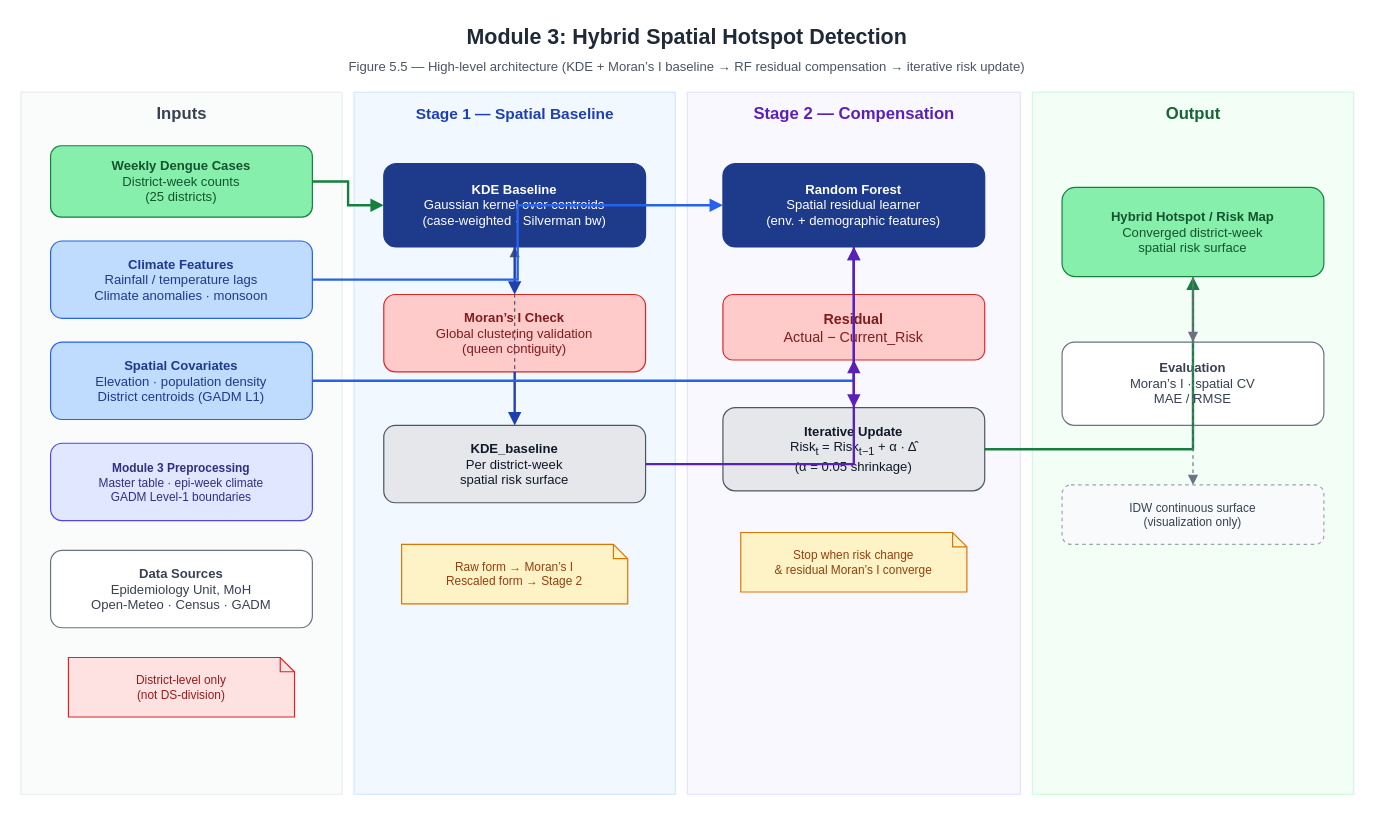
Earlier version of the draw.io diagram research_context/report_drafts/diagrams/figure_5_5_module3_architecture.drawio (CodexonB21/Dengue_Risk_Prediction_Framework). Source tidied: cells renumbered, new cells numbered last; positions are measured from the earlier drawing's top-left corner, leaving out a move shared by most shapes. Both pictures are drawn from the tidied source at 119%, with x=0, y=0 at pixel (20, 20).
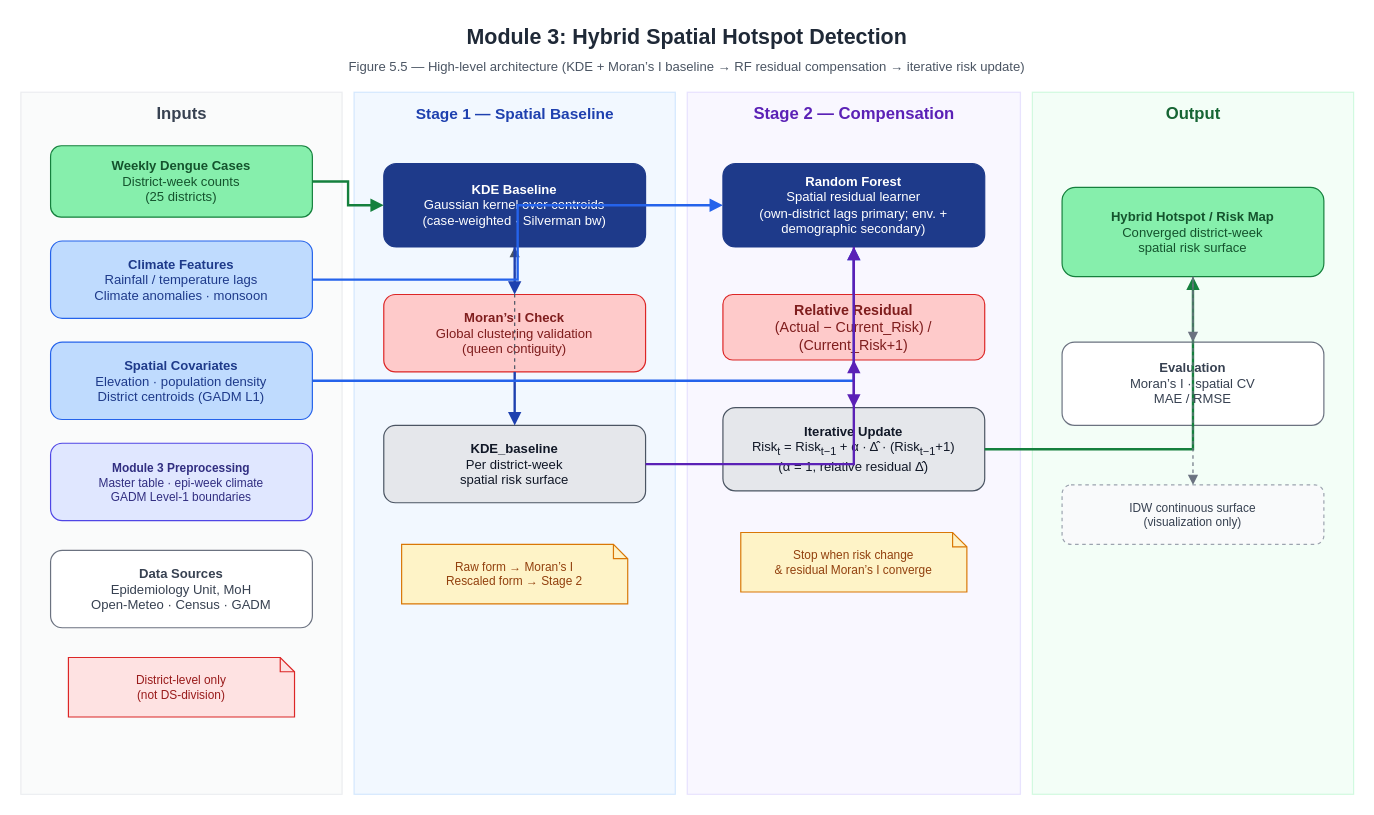
After the change.

Diff of the diagram source:
```diff
@@
-    <mxCell id="22" value="&lt;b&gt;Random Forest&lt;/b&gt;&lt;br&gt;Spatial residual learner&lt;br&gt;(env. + demographic features)" style="rounded=1;whiteSpace=wrap;html=1;fillColor=#1E3A8A;strokeColor=#1E3A8A;fontColor=#FFFFFF;fontSize=11;align=center;" parent="1" vertex="1">
+    <mxCell id="22" value="&lt;b&gt;Random Forest&lt;/b&gt;&lt;br&gt;Spatial residual learner&lt;br&gt;(own-district lags primary; env. + demographic secondary)" style="rounded=1;whiteSpace=wrap;html=1;fillColor=#1E3A8A;strokeColor=#1E3A8A;fontColor=#FFFFFF;fontSize=11;align=center;" parent="1" vertex="1">
       <mxGeometry x="590" y="120" width="220" height="70" as="geometry" />
     </mxCell>
-    <mxCell id="23" value="&lt;b&gt;Residual&lt;/b&gt;&lt;br&gt;Actual − Current_Risk" style="rounded=1;whiteSpace=wrap;html=1;fillColor=#FECACA;strokeColor=#DC2626;fontColor=#7F1D1D;fontSize=12;align=center;" parent="1" vertex="1">
+    <mxCell id="23" value="&lt;b&gt;Relative Residual&lt;/b&gt;&lt;br&gt;(Actual − Current_Risk) / (Current_Risk+1)" style="rounded=1;whiteSpace=wrap;html=1;fillColor=#FECACA;strokeColor=#DC2626;fontColor=#7F1D1D;fontSize=12;align=center;" parent="1" vertex="1">
       <mxGeometry x="590" y="230" width="220" height="55" as="geometry" />
     </mxCell>
-    <mxCell id="24" value="&lt;b&gt;Iterative Update&lt;/b&gt;&lt;br&gt;Risk&lt;sub&gt;t&lt;/sub&gt; = Risk&lt;sub&gt;t−1&lt;/sub&gt; + α · Δ̂&lt;br&gt;(α = 0.05 shrinkage)" style="rounded=1;whiteSpace=wrap;html=1;fillColor=#E5E7EB;strokeColor=#4B5563;fontColor=#111827;fontSize=11;align=center;" parent="1" vertex="1">
+    <mxCell id="24" value="&lt;b&gt;Iterative Update&lt;/b&gt;&lt;br&gt;Risk&lt;sub&gt;t&lt;/sub&gt; = Risk&lt;sub&gt;t−1&lt;/sub&gt; + α · Δ̂ · (Risk&lt;sub&gt;t−1&lt;/sub&gt;+1)&lt;br&gt;(α = 1, relative residual Δ̂)" style="rounded=1;whiteSpace=wrap;html=1;fillColor=#E5E7EB;strokeColor=#4B5563;fontColor=#111827;fontSize=11;align=center;" parent="1" vertex="1">
       <mxGeometry x="590" y="325" width="220" height="70" as="geometry" />
     </mxCell>
```
